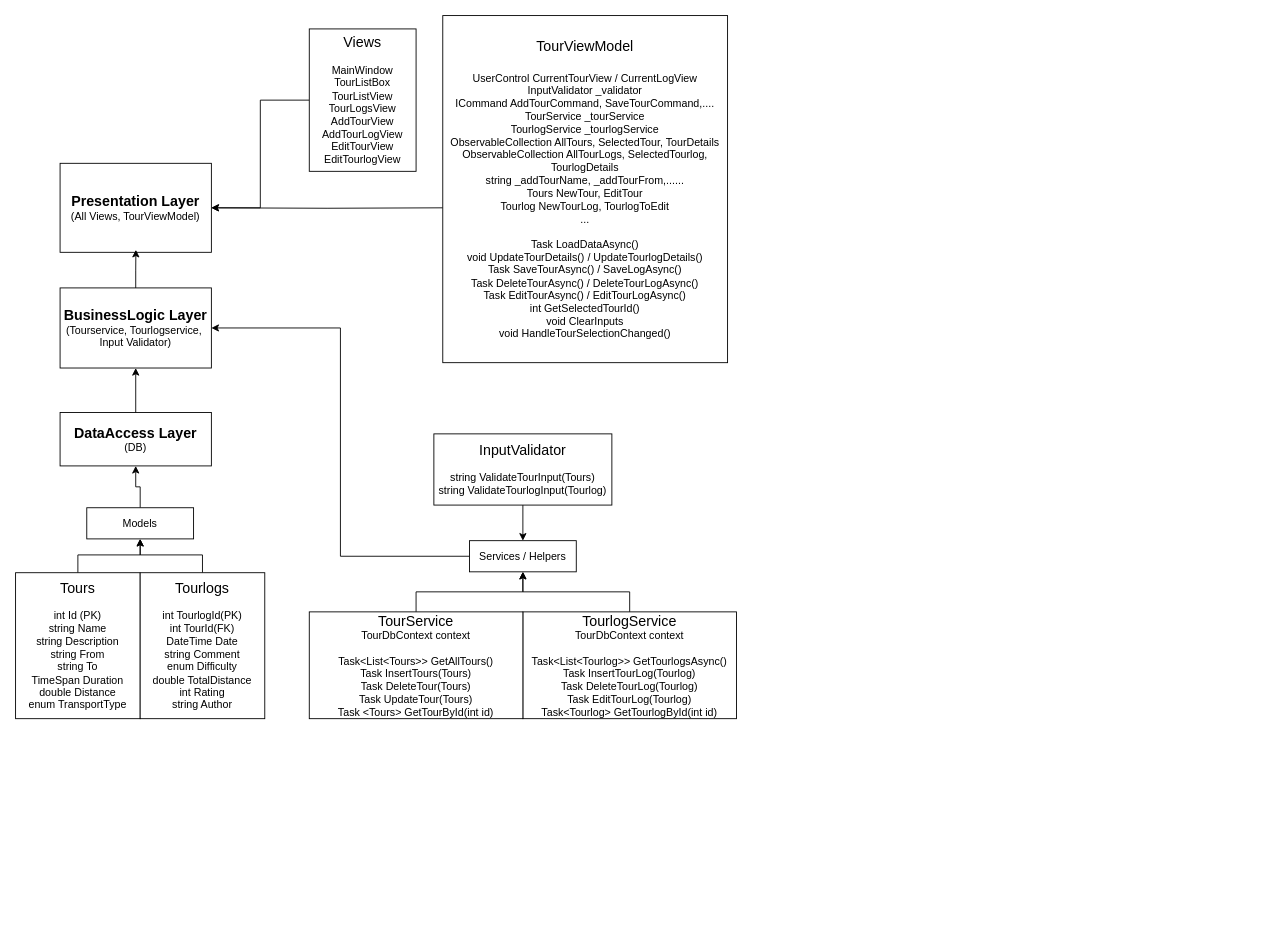
Before: TourPlannerDiagramm.drawio in LeafOfBread/TourPlanner, a draw.io diagram. Source tidied: cells renumbered, new cells numbered last; positions are measured from the earlier drawing's top-left corner, leaving out a move shared by most shapes. Both pictures are drawn from the tidied source at 89%, with x=0, y=0 at pixel (15, 15).
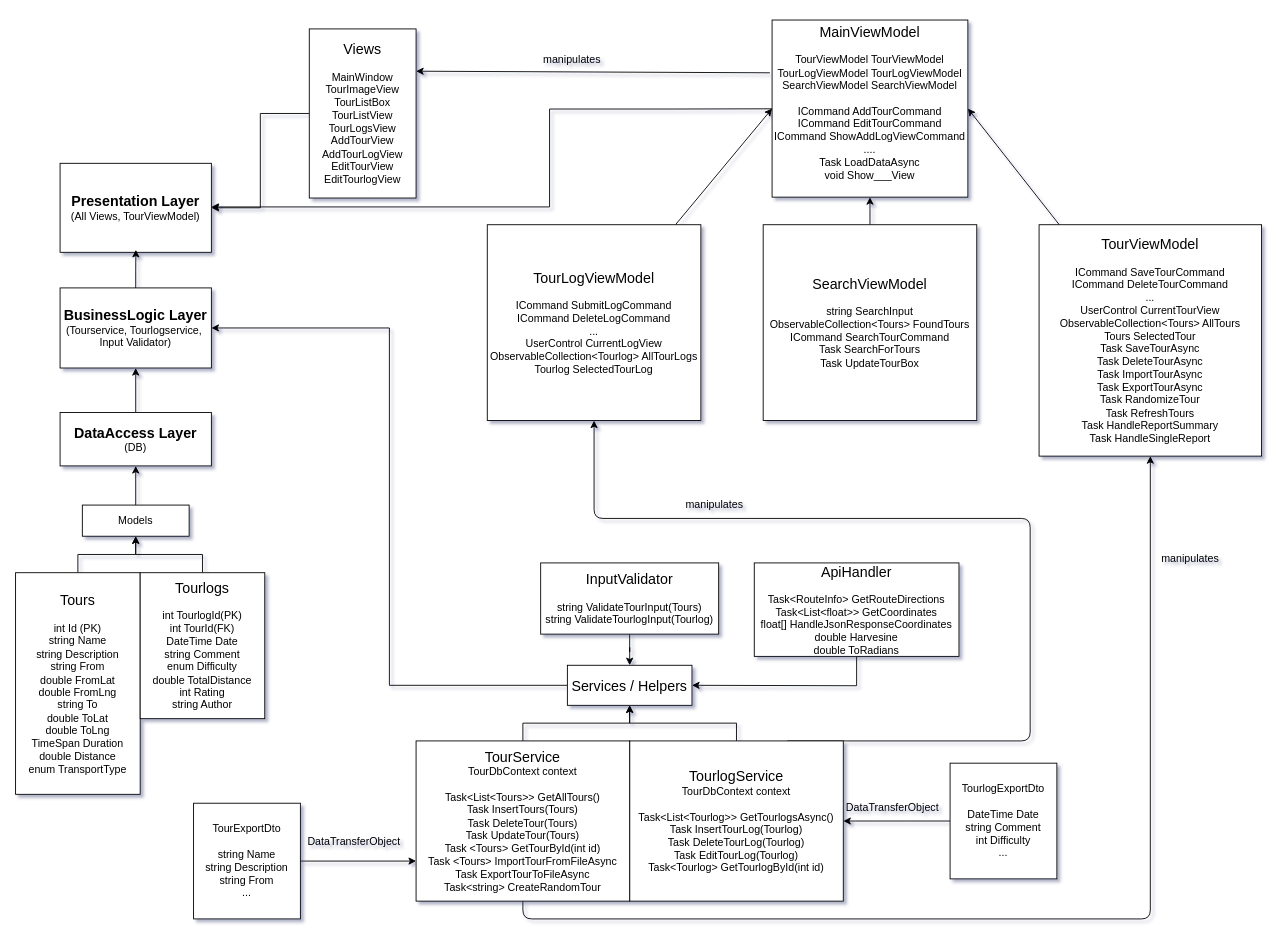
The same diagram, later.

Commit message (it also covers changes not shown here):
Exceptions update, updated class diagram and protocol

Unchanged cells that the change refers to:
```xml
<mxCell id="4" value="&lt;font style=&quot;font-size: 16px;&quot;&gt;&lt;b&gt;Presentation Layer&lt;/b&gt;&lt;/font&gt;&lt;div&gt;(All Views, TourViewModel)&lt;/div&gt;" style="rounded=0;whiteSpace=wrap;html=1;" parent="1" vertex="1">
  <mxGeometry x="50" y="166" width="170" height="100" as="geometry" />
</mxCell>
```

Diff of the diagram source:
```diff
@@
-<mxGraphModel>
+<mxGraphModel background="#FFFFFF" shadow="1">
@@
-    <mxCell id="7" value="&lt;font style=&quot;font-size: 16px;&quot;&gt;Tours&lt;/font&gt;&lt;div&gt;&lt;br&gt;&lt;/div&gt;&lt;div&gt;int Id (PK)&lt;/div&gt;&lt;div&gt;string Name&lt;/div&gt;&lt;div&gt;string Description&lt;/div&gt;&lt;div&gt;string From&lt;/div&gt;&lt;div&gt;string To&lt;/div&gt;&lt;div&gt;TimeSpan Duration&lt;/div&gt;&lt;div&gt;double Distance&lt;/div&gt;&lt;div&gt;enum TransportType&lt;/div&gt;" style="rounded=0;whiteSpace=wrap;html=1;" parent="1" vertex="1">
-      <mxGeometry y="626" width="140" height="164" as="geometry" />
+    <mxCell id="7" value="&lt;font style=&quot;font-size: 16px;&quot;&gt;Tours&lt;/font&gt;&lt;div&gt;&lt;br&gt;&lt;/div&gt;&lt;div&gt;int Id (PK)&lt;/div&gt;&lt;div&gt;string Name&lt;/div&gt;&lt;div&gt;string Description&lt;/div&gt;&lt;div&gt;string From&lt;/div&gt;&lt;div&gt;double FromLat&lt;/div&gt;&lt;div&gt;double FromLng&lt;/div&gt;&lt;div&gt;string To&lt;/div&gt;&lt;div&gt;double ToLat&lt;/div&gt;&lt;div&gt;double ToLng&lt;/div&gt;&lt;div&gt;TimeSpan Duration&lt;/div&gt;&lt;div&gt;double Distance&lt;/div&gt;&lt;div&gt;enum TransportType&lt;/div&gt;" style="rounded=0;whiteSpace=wrap;html=1;" parent="1" vertex="1">
+      <mxGeometry y="626" width="140" height="249" as="geometry" />
     </mxCell>
@@
     <mxCell id="11" value="Models" style="rounded=0;whiteSpace=wrap;html=1;" parent="1" vertex="1">
-      <mxGeometry x="80" y="553" width="120" height="35" as="geometry" />
+      <mxGeometry x="75" y="550" width="120" height="35" as="geometry" />
     </mxCell>
@@
+    <mxCell id="25" style="edgeStyle=none;html=1;entryX=0.5;entryY=1;entryDx=0;entryDy=0;" parent="1" edge="1" target="36">
+      <mxGeometry relative="1" as="geometry">
+        <mxPoint x="867.1" y="815" as="sourcePoint" />
+        <Array as="points">
+          <mxPoint x="1140" y="815" />
+          <mxPoint x="1140" y="565" />
+          <mxPoint x="650" y="565" />
+        </Array>
+      </mxGeometry>
+    </mxCell>
     <mxCell id="13" value="&lt;font style=&quot;font-size: 16px;&quot;&gt;TourlogService&lt;/font&gt;&lt;div&gt;TourDbContext context&lt;/div&gt;&lt;div&gt;&lt;br&gt;&lt;/div&gt;&lt;div&gt;Task&amp;lt;List&amp;lt;Tourlog&amp;gt;&amp;gt; GetTourlogsAsync()&lt;/div&gt;&lt;div&gt;Task InsertTourLog(Tourlog)&lt;/div&gt;&lt;div&gt;Task DeleteTourLog(Tourlog)&lt;/div&gt;&lt;div&gt;Task EditTourLog(Tourlog)&lt;/div&gt;&lt;div&gt;Task&amp;lt;Tourlog&amp;gt; GetTourlogById(int id)&lt;/div&gt;" style="rounded=0;whiteSpace=wrap;html=1;" parent="1" vertex="1">
-      <mxGeometry x="570" y="670" width="240" height="120" as="geometry" />
+      <mxGeometry x="690" y="815" width="240" height="180" as="geometry" />
     </mxCell>
@@
+    <mxCell id="26" style="edgeStyle=none;html=1;entryX=0.5;entryY=1;entryDx=0;entryDy=0;" parent="1" edge="1" source="15" target="34">
+      <mxGeometry relative="1" as="geometry">
+        <Array as="points">
+          <mxPoint x="570" y="1015" />
+          <mxPoint x="1275" y="1015" />
+        </Array>
+      </mxGeometry>
+    </mxCell>
-    <mxCell id="15" value="&lt;font style=&quot;font-size: 16px;&quot;&gt;TourService&lt;/font&gt;&lt;div&gt;TourDbContext context&lt;/div&gt;&lt;div&gt;&lt;br&gt;&lt;/div&gt;&lt;div&gt;Task&amp;lt;List&amp;lt;Tours&amp;gt;&amp;gt; GetAllTours()&lt;/div&gt;&lt;div&gt;Task InsertTours(Tours)&lt;/div&gt;&lt;div&gt;Task DeleteTour(Tours)&lt;/div&gt;&lt;div&gt;Task UpdateTour(Tours)&lt;/div&gt;&lt;div&gt;Task &amp;lt;Tours&amp;gt; GetTourById(int id)&lt;/div&gt;" style="rounded=0;whiteSpace=wrap;html=1;" parent="1" vertex="1">
-      <mxGeometry x="330" y="670" width="240" height="120" as="geometry" />
+    <mxCell id="15" value="&lt;font style=&quot;font-size: 16px;&quot;&gt;TourService&lt;/font&gt;&lt;div&gt;TourDbContext context&lt;/div&gt;&lt;div&gt;&lt;br&gt;&lt;/div&gt;&lt;div&gt;Task&amp;lt;List&amp;lt;Tours&amp;gt;&amp;gt; GetAllTours()&lt;/div&gt;&lt;div&gt;Task InsertTours(Tours)&lt;/div&gt;&lt;div&gt;Task DeleteTour(Tours)&lt;/div&gt;&lt;div&gt;Task UpdateTour(Tours)&lt;/div&gt;&lt;div&gt;Task &amp;lt;Tours&amp;gt; GetTourById(int id)&lt;/div&gt;&lt;div&gt;Task &amp;lt;Tours&amp;gt; ImportTourFromFileAsync&lt;/div&gt;&lt;div&gt;Task ExportTourToFileAsync&lt;/div&gt;&lt;div&gt;Task&amp;lt;string&amp;gt; CreateRandomTour&lt;/div&gt;" style="rounded=0;whiteSpace=wrap;html=1;" parent="1" vertex="1">
+      <mxGeometry x="450" y="815" width="240" height="180" as="geometry" />
     </mxCell>
@@
-    <mxCell id="17" value="Services / Helpers" style="rounded=0;whiteSpace=wrap;html=1;" parent="1" vertex="1">
-      <mxGeometry x="510" y="590" width="120" height="35" as="geometry" />
+    <mxCell id="17" value="&lt;font style=&quot;font-size: 16px;&quot;&gt;Services / Helpers&lt;/font&gt;" style="rounded=0;whiteSpace=wrap;html=1;" parent="1" vertex="1">
+      <mxGeometry x="620" y="730" width="140" height="45" as="geometry" />
     </mxCell>
@@
     <mxCell id="19" value="&lt;font style=&quot;font-size: 16px;&quot;&gt;InputValidator&lt;/font&gt;&lt;div&gt;&lt;br&gt;&lt;/div&gt;&lt;div&gt;string ValidateTourInput(Tours&lt;span style=&quot;background-color: transparent; color: light-dark(rgb(0, 0, 0), rgb(255, 255, 255));&quot;&gt;)&lt;/span&gt;&lt;/div&gt;&lt;div&gt;&lt;span style=&quot;background-color: transparent; color: light-dark(rgb(0, 0, 0), rgb(255, 255, 255));&quot;&gt;string ValidateTourlogInput(Tourlog)&lt;/span&gt;&lt;/div&gt;" style="rounded=0;whiteSpace=wrap;html=1;" parent="1" vertex="1">
-      <mxGeometry x="470" y="470" width="200" height="80" as="geometry" />
+      <mxGeometry x="590" y="615" width="200" height="80" as="geometry" />
     </mxCell>
-    <mxCell id="20" style="edgeStyle=orthogonalEdgeStyle;rounded=0;jettySize=auto;html=1;" parent="1" edge="1" target="4">
-      <mxGeometry relative="1" as="geometry">
-        <mxPoint x="480" y="216" as="sourcePoint" />
-      </mxGeometry>
-    </mxCell>
-    <mxCell id="21" value="&lt;font style=&quot;font-size: 16px;&quot;&gt;TourViewModel&lt;/font&gt;&lt;div&gt;&lt;font style=&quot;font-size: 16px;&quot;&gt;&lt;br&gt;&lt;/font&gt;&lt;/div&gt;&lt;div&gt;&lt;font&gt;UserControl CurrentTourView /&amp;nbsp;&lt;/font&gt;&lt;span style=&quot;background-color: transparent; color: light-dark(rgb(0, 0, 0), rgb(255, 255, 255));&quot;&gt;CurrentLogView&lt;/span&gt;&lt;/div&gt;&lt;div&gt;&lt;font&gt;InputValidator _validator&lt;/font&gt;&lt;/div&gt;&lt;div&gt;&lt;font&gt;ICommand AddTourCommand, SaveTourCommand,....&lt;/font&gt;&lt;/div&gt;&lt;div&gt;TourService _tourService&lt;/div&gt;&lt;div&gt;TourlogService _tourlogService&lt;/div&gt;&lt;div&gt;ObservableCollection AllTours, SelectedTour, TourDetails&lt;/div&gt;&lt;div&gt;ObservableCollection AllTourLogs, SelectedTourlog, TourlogDetails&lt;/div&gt;&lt;div&gt;string _addTourName, _addTourFrom,......&lt;/div&gt;&lt;div&gt;Tours NewTour, EditTour&lt;/div&gt;&lt;div&gt;Tourlog NewTourLog, TourlogToEdit&lt;/div&gt;&lt;div&gt;...&lt;/div&gt;&lt;div&gt;&lt;br&gt;&lt;/div&gt;&lt;div&gt;Task LoadDataAsync()&lt;/div&gt;&lt;div&gt;void UpdateTourDetails() / UpdateTourlogDetails()&lt;/div&gt;&lt;div&gt;Task SaveTourAsync() / SaveLogAsync()&lt;/div&gt;&lt;div&gt;Task DeleteTourAsync() / DeleteTourLogAsync()&lt;/div&gt;&lt;div&gt;Task EditTourAsync() / EditTourLogAsync()&lt;/div&gt;&lt;div&gt;int GetSelectedTourId()&lt;/div&gt;&lt;div&gt;void ClearInputs&lt;/div&gt;&lt;div&gt;void HandleTourSelectionChanged()&lt;/div&gt;" style="rounded=0;whiteSpace=wrap;html=1;" parent="1" vertex="1">
-      <mxGeometry x="480" width="320" height="390" as="geometry" />
-    </mxCell>
@@
-    <mxCell id="23" value="&lt;font style=&quot;font-size: 16px;&quot;&gt;Views&lt;/font&gt;&lt;div&gt;&lt;br&gt;&lt;/div&gt;&lt;div&gt;MainWindow&lt;/div&gt;&lt;div&gt;TourListBox&lt;/div&gt;&lt;div&gt;TourListView&lt;/div&gt;&lt;div&gt;TourLogsView&lt;/div&gt;&lt;div&gt;AddTourView&lt;/div&gt;&lt;div&gt;AddTourLogView&lt;/div&gt;&lt;div&gt;EditTourView&lt;/div&gt;&lt;div&gt;EditTourlogView&lt;/div&gt;" style="rounded=0;whiteSpace=wrap;html=1;" parent="1" vertex="1">
-      <mxGeometry x="330" y="15" width="120" height="160" as="geometry" />
+    <mxCell id="23" value="&lt;font style=&quot;font-size: 16px;&quot;&gt;Views&lt;/font&gt;&lt;div&gt;&lt;br&gt;&lt;/div&gt;&lt;div&gt;MainWindow&lt;/div&gt;&lt;div&gt;TourImageView&lt;/div&gt;&lt;div&gt;TourListBox&lt;/div&gt;&lt;div&gt;TourListView&lt;/div&gt;&lt;div&gt;TourLogsView&lt;/div&gt;&lt;div&gt;AddTourView&lt;/div&gt;&lt;div&gt;AddTourLogView&lt;/div&gt;&lt;div&gt;EditTourView&lt;/div&gt;&lt;div&gt;EditTourlogView&lt;/div&gt;" style="rounded=0;whiteSpace=wrap;html=1;" parent="1" vertex="1">
+      <mxGeometry x="330" y="15" width="120" height="190" as="geometry" />
     </mxCell>
@@
+    <mxCell id="27" style="edgeStyle=none;html=1;strokeWidth=1;rounded=0;curved=0;" parent="1" edge="1" source="29">
+      <mxGeometry relative="1" as="geometry">
+        <mxPoint x="220" y="215" as="targetPoint" />
+        <Array as="points">
+          <mxPoint x="740" y="105" />
+          <mxPoint x="600" y="105" />
+          <mxPoint x="600" y="215" />
+        </Array>
+      </mxGeometry>
+    </mxCell>
+    <mxCell id="28" style="edgeStyle=none;html=1;entryX=1;entryY=0.25;entryDx=0;entryDy=0;exitX=-0.011;exitY=0.298;exitDx=0;exitDy=0;exitPerimeter=0;" parent="1" edge="1" source="29" target="23">
+      <mxGeometry relative="1" as="geometry" />
+    </mxCell>
+    <mxCell id="29" value="&lt;font style=&quot;font-size: 16px;&quot;&gt;MainViewModel&lt;/font&gt;&lt;div&gt;&lt;br&gt;&lt;/div&gt;&lt;div&gt;TourViewModel TourViewModel&lt;/div&gt;&lt;div&gt;TourLogViewModel TourLogViewModel&lt;/div&gt;&lt;div&gt;SearchViewModel SearchViewModel&lt;/div&gt;&lt;div&gt;&lt;br&gt;&lt;/div&gt;&lt;div&gt;ICommand AddTourCommand&lt;/div&gt;&lt;div&gt;ICommand EditTourCommand&lt;/div&gt;&lt;div&gt;ICommand ShowAddLogViewCommand&lt;/div&gt;&lt;div&gt;....&lt;/div&gt;&lt;div&gt;Task LoadDataAsync&lt;/div&gt;&lt;div&gt;void Show___View&lt;/div&gt;&lt;div&gt;&lt;br&gt;&lt;/div&gt;" style="rounded=0;whiteSpace=wrap;html=1;" parent="1" vertex="1">
+      <mxGeometry x="850" y="5" width="220" height="199" as="geometry" />
+    </mxCell>
+    <mxCell id="30" style="edgeStyle=none;html=1;entryX=0.5;entryY=1;entryDx=0;entryDy=0;" parent="1" edge="1" source="32" target="29">
+      <mxGeometry relative="1" as="geometry" />
+    </mxCell>
+    <mxCell id="31" style="edgeStyle=none;html=1;exitX=0.5;exitY=1;exitDx=0;exitDy=0;" parent="1" edge="1" source="32">
+      <mxGeometry relative="1" as="geometry">
+        <mxPoint x="960" y="314" as="targetPoint" />
+      </mxGeometry>
+    </mxCell>
+    <mxCell id="32" value="&lt;font style=&quot;font-size: 16px;&quot;&gt;SearchViewModel&lt;/font&gt;&lt;div&gt;&lt;br&gt;&lt;/div&gt;&lt;div&gt;string SearchInput&lt;/div&gt;&lt;div&gt;ObservableCollection&amp;lt;Tours&amp;gt; FoundTours&lt;/div&gt;&lt;div&gt;ICommand SearchTourCommand&lt;/div&gt;&lt;div&gt;Task SearchForTours&lt;/div&gt;&lt;div&gt;Task UpdateTourBox&lt;/div&gt;" style="rounded=0;whiteSpace=wrap;html=1;" parent="1" vertex="1">
+      <mxGeometry x="840" y="235" width="240" height="220" as="geometry" />
+    </mxCell>
+    <mxCell id="33" style="edgeStyle=none;html=1;entryX=1;entryY=0.5;entryDx=0;entryDy=0;" parent="1" edge="1" source="34" target="29">
+      <mxGeometry relative="1" as="geometry" />
+    </mxCell>
+    <mxCell id="34" value="&lt;font style=&quot;font-size: 16px;&quot;&gt;TourViewModel&lt;/font&gt;&lt;div&gt;&lt;br&gt;&lt;/div&gt;&lt;div&gt;ICommand SaveTourCommand&lt;/div&gt;&lt;div&gt;ICommand DeleteTourCommand&lt;/div&gt;&lt;div&gt;...&lt;/div&gt;&lt;div&gt;UserControl CurrentTourView&lt;/div&gt;&lt;div&gt;ObservableCollection&amp;lt;Tours&amp;gt; AllTours&lt;/div&gt;&lt;div&gt;Tours SelectedTour&lt;/div&gt;&lt;div&gt;Task SaveTourAsync&lt;/div&gt;&lt;div&gt;Task DeleteTourAsync&lt;/div&gt;&lt;div&gt;Task ImportTourAsync&lt;/div&gt;&lt;div&gt;Task ExportTourAsync&lt;/div&gt;&lt;div&gt;Task RandomizeTour&lt;/div&gt;&lt;div&gt;Task RefreshTours&lt;/div&gt;&lt;div&gt;Task HandleReportSummary&lt;/div&gt;&lt;div&gt;Task HandleSingleReport&lt;/div&gt;" style="rounded=0;whiteSpace=wrap;html=1;" parent="1" vertex="1">
+      <mxGeometry x="1150" y="235" width="250" height="260" as="geometry" />
+    </mxCell>
+    <mxCell id="35" style="edgeStyle=none;html=1;entryX=0;entryY=0.5;entryDx=0;entryDy=0;" parent="1" edge="1" source="36" target="29">
+      <mxGeometry relative="1" as="geometry" />
+    </mxCell>
+    <mxCell id="36" value="&lt;font style=&quot;font-size: 16px;&quot;&gt;TourLogViewModel&lt;/font&gt;&lt;div&gt;&lt;br&gt;&lt;/div&gt;&lt;div&gt;ICommand SubmitLogCommand&lt;/div&gt;&lt;div&gt;ICommand DeleteLogCommand&lt;/div&gt;&lt;div&gt;...&lt;/div&gt;&lt;div&gt;UserControl CurrentLogView&lt;/div&gt;&lt;div&gt;ObservableCollection&amp;lt;Tourlog&amp;gt; AllTourLogs&lt;/div&gt;&lt;div&gt;Tourlog SelectedTourLog&lt;/div&gt;" style="rounded=0;whiteSpace=wrap;html=1;" parent="1" vertex="1">
+      <mxGeometry x="530" y="235" width="240" height="220" as="geometry" />
+    </mxCell>
+    <mxCell id="37" style="edgeStyle=none;html=1;entryX=1;entryY=0.5;entryDx=0;entryDy=0;rounded=0;curved=0;" parent="1" edge="1" source="38" target="17">
+      <mxGeometry relative="1" as="geometry">
+        <Array as="points">
+          <mxPoint x="945" y="753" />
+        </Array>
+      </mxGeometry>
+    </mxCell>
+    <mxCell id="38" value="&lt;font style=&quot;font-size: 16px;&quot;&gt;ApiHandler&lt;/font&gt;&lt;div&gt;&lt;br&gt;&lt;/div&gt;&lt;div&gt;Task&amp;lt;RouteInfo&amp;gt; GetRouteDirections&lt;/div&gt;&lt;div&gt;Task&amp;lt;List&amp;lt;float&amp;gt;&amp;gt; GetCoordinates&lt;/div&gt;&lt;div&gt;float[] HandleJsonResponseCoordinates&lt;/div&gt;&lt;div&gt;double Harvesine&lt;/div&gt;&lt;div&gt;double ToRadians&lt;/div&gt;" style="rounded=0;whiteSpace=wrap;html=1;" parent="1" vertex="1">
+      <mxGeometry x="830" y="615" width="230" height="105" as="geometry" />
+    </mxCell>
+    <mxCell id="39" value="manipulates" style="text;html=1;align=center;verticalAlign=middle;strokeColor=none;fillColor=none;" parent="1" vertex="1">
+      <mxGeometry x="740" y="535" width="90" height="30" as="geometry" />
+    </mxCell>
+    <mxCell id="40" value="manipulates" style="text;html=1;align=center;verticalAlign=middle;whiteSpace=wrap;rounded=0;" parent="1" vertex="1">
+      <mxGeometry x="1290" y="596" width="60" height="30" as="geometry" />
+    </mxCell>
+    <mxCell id="41" value="manipulates" style="text;html=1;align=center;verticalAlign=middle;strokeColor=none;fillColor=none;" parent="1" vertex="1">
+      <mxGeometry x="580" y="35" width="90" height="30" as="geometry" />
+    </mxCell>
+    <mxCell id="42" style="edgeStyle=none;html=1;entryX=0;entryY=0.75;entryDx=0;entryDy=0;" parent="1" edge="1" source="43" target="15">
+      <mxGeometry relative="1" as="geometry" />
+    </mxCell>
+    <mxCell id="43" value="TourExportDto&lt;div&gt;&lt;br&gt;&lt;/div&gt;&lt;div&gt;string Name&lt;/div&gt;&lt;div&gt;string Description&lt;/div&gt;&lt;div&gt;string From&lt;/div&gt;&lt;div&gt;...&lt;/div&gt;" style="whiteSpace=wrap;html=1;" parent="1" vertex="1">
+      <mxGeometry x="200" y="885" width="120" height="130" as="geometry" />
+    </mxCell>
+    <mxCell id="44" value="DataTransferObject" style="text;html=1;align=center;verticalAlign=middle;strokeColor=none;fillColor=none;" parent="1" vertex="1">
+      <mxGeometry x="315" y="913" width="130" height="30" as="geometry" />
+    </mxCell>
+    <mxCell id="45" style="edgeStyle=none;html=1;" parent="1" edge="1" source="46" target="13">
+      <mxGeometry relative="1" as="geometry" />
+    </mxCell>
+    <mxCell id="46" value="TourlogExportDto&lt;div&gt;&lt;br&gt;&lt;/div&gt;&lt;div&gt;DateTime Date&lt;/div&gt;&lt;div&gt;string Comment&lt;/div&gt;&lt;div&gt;int Difficulty&lt;/div&gt;&lt;div&gt;...&lt;/div&gt;" style="whiteSpace=wrap;html=1;" parent="1" vertex="1">
+      <mxGeometry x="1050" y="840" width="120" height="130" as="geometry" />
+    </mxCell>
+    <mxCell id="47" value="DataTransferObject" style="text;html=1;align=center;verticalAlign=middle;strokeColor=none;fillColor=none;" parent="1" vertex="1">
+      <mxGeometry x="920" y="875" width="130" height="30" as="geometry" />
+    </mxCell>
```
